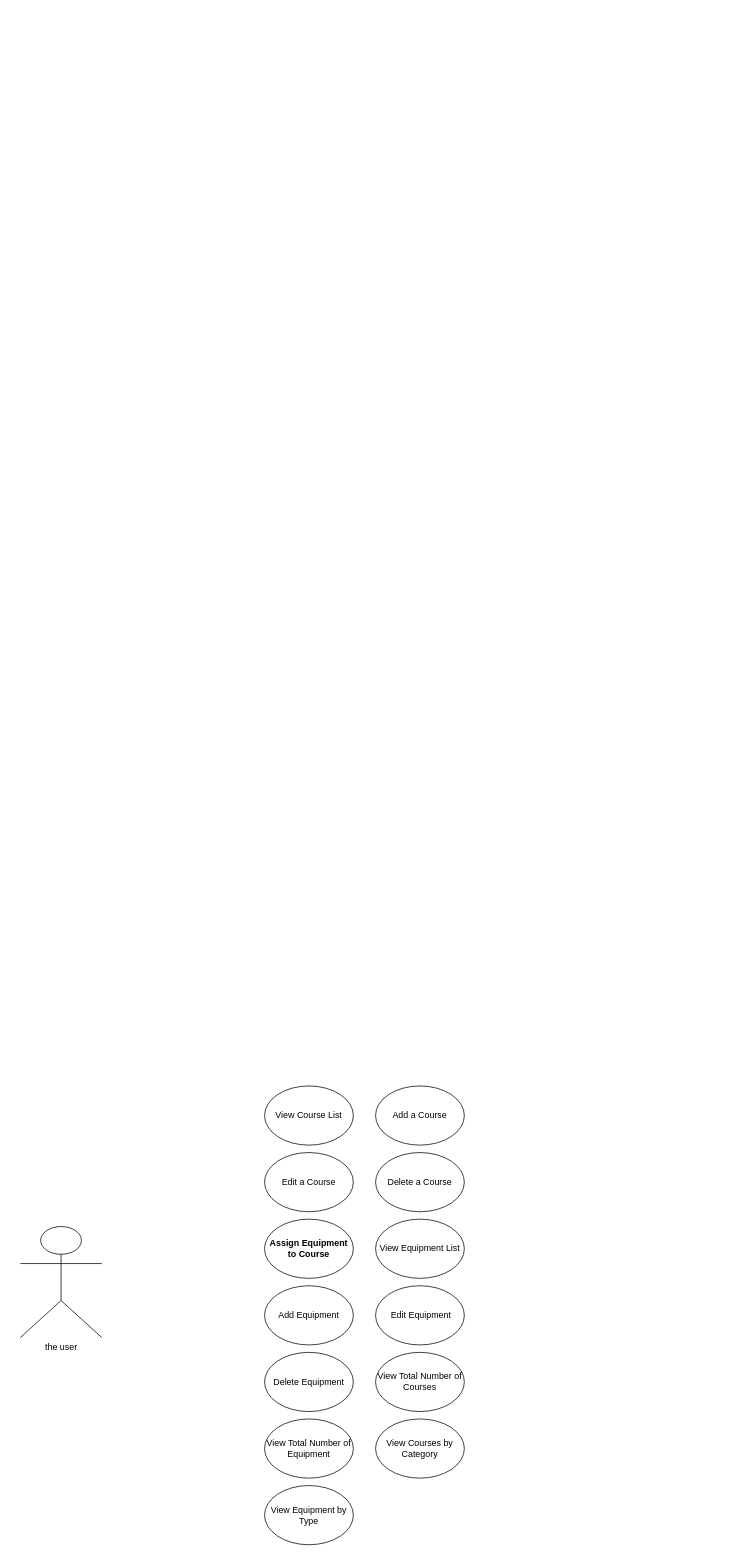
Before: usecase.drawio in hamzalafsioui/FitManager, a draw.io diagram. Source tidied: cells renumbered, new cells numbered last; positions are measured from the earlier drawing's top-left corner, leaving out a move shared by most shapes. Both pictures are drawn from the tidied source at 74%, with x=0, y=0 at pixel (20, 1086).
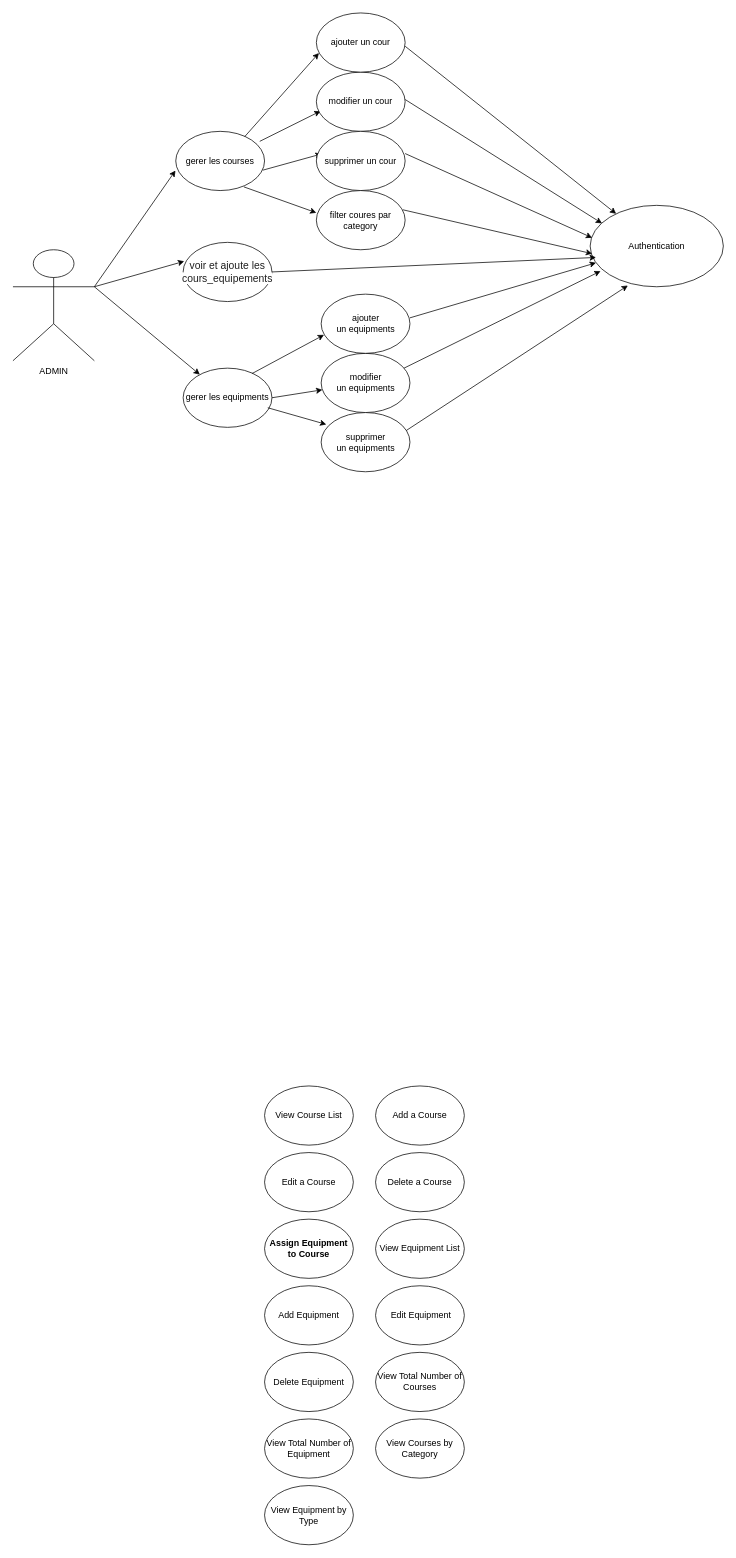
After the change.

What changed in the source:
```diff
@@
-    <mxCell id="15" value="the user" style="shape=umlActor;verticalLabelPosition=bottom;verticalAlign=top;html=1;outlineConnect=0;" parent="1" vertex="1">
-      <mxGeometry y="190" width="110" height="150" as="geometry" />
+    <mxCell id="15" value="ADMIN" style="shape=umlActor;verticalLabelPosition=bottom;verticalAlign=top;html=1;outlineConnect=0;" parent="1" vertex="1">
+      <mxGeometry x="-10" y="-1130" width="110" height="150" as="geometry" />
     </mxCell>
+    <mxCell id="16" value="gerer les courses" style="ellipse;whiteSpace=wrap;html=1;" parent="1" vertex="1">
+      <mxGeometry x="210" y="-1290" width="120" height="80" as="geometry" />
+    </mxCell>
+    <mxCell id="17" style="endArrow=classic;html=1;entryX=-0.003;entryY=0.662;entryDx=0;entryDy=0;entryPerimeter=0;exitX=1;exitY=0.3333333333333333;exitDx=0;exitDy=0;exitPerimeter=0;" parent="1" edge="1" source="15" target="16">
+      <mxGeometry relative="1" as="geometry" />
+    </mxCell>
+    <mxCell id="18" style="endArrow=classic;html=1;exitX=0.946;exitY=0.169;exitDx=0;exitDy=0;exitPerimeter=0;entryX=0.047;entryY=0.658;entryDx=0;entryDy=0;entryPerimeter=0;" parent="1" edge="1" source="16" target="19">
+      <mxGeometry relative="1" as="geometry" />
+    </mxCell>
+    <mxCell id="19" value="modifier un cour" style="ellipse;whiteSpace=wrap;html=1;" parent="1" vertex="1">
+      <mxGeometry x="400" y="-1370" width="120" height="80" as="geometry" />
+    </mxCell>
+    <mxCell id="20" style="endArrow=classic;html=1;exitX=0.98;exitY=0.656;exitDx=0;exitDy=0;exitPerimeter=0;entryX=0.06;entryY=0.381;entryDx=0;entryDy=0;entryPerimeter=0;" parent="1" edge="1" source="16" target="21">
+      <mxGeometry relative="1" as="geometry" />
+    </mxCell>
+    <mxCell id="21" value="supprimer un cour" style="ellipse;whiteSpace=wrap;html=1;" parent="1" vertex="1">
+      <mxGeometry x="400" y="-1290" width="120" height="80" as="geometry" />
+    </mxCell>
+    <mxCell id="22" style="endArrow=classic;html=1;exitX=0.767;exitY=0.938;exitDx=0;exitDy=0;exitPerimeter=0;entryX=0;entryY=0.375;entryDx=0;entryDy=0;entryPerimeter=0;" parent="1" edge="1" source="16" target="23">
+      <mxGeometry relative="1" as="geometry" />
+    </mxCell>
+    <mxCell id="23" value="filter coures par category" style="ellipse;whiteSpace=wrap;html=1;" parent="1" vertex="1">
+      <mxGeometry x="400" y="-1210" width="120" height="80" as="geometry" />
+    </mxCell>
+    <mxCell id="24" style="endArrow=classic;html=1;exitX=0.775;exitY=0.092;exitDx=0;exitDy=0;exitPerimeter=0;entryX=0.029;entryY=0.677;entryDx=0;entryDy=0;entryPerimeter=0;" parent="1" edge="1" source="16" target="25">
+      <mxGeometry relative="1" as="geometry" />
+    </mxCell>
+    <mxCell id="25" value="ajouter un cour" style="ellipse;whiteSpace=wrap;html=1;" parent="1" vertex="1">
+      <mxGeometry x="400" y="-1450" width="120" height="80" as="geometry" />
+    </mxCell>
+    <mxCell id="26" value="gerer les equipments" style="ellipse;whiteSpace=wrap;html=1;" parent="1" vertex="1">
+      <mxGeometry x="220" y="-970" width="120" height="80" as="geometry" />
+    </mxCell>
+    <mxCell id="27" style="endArrow=classic;html=1;exitX=1;exitY=0.3333333333333333;exitDx=0;exitDy=0;exitPerimeter=0;" parent="1" edge="1" source="15" target="26">
+      <mxGeometry relative="1" as="geometry" />
+    </mxCell>
+    <mxCell id="28" style="endArrow=classic;html=1;exitX=1;exitY=0.5;exitDx=0;exitDy=0;" parent="1" edge="1" source="26" target="29">
+      <mxGeometry relative="1" as="geometry" />
+    </mxCell>
+    <mxCell id="29" value="modifier un&amp;nbsp;&lt;span style=&quot;color: rgb(0, 0, 0);&quot;&gt;equipments&lt;/span&gt;" style="ellipse;whiteSpace=wrap;html=1;" parent="1" vertex="1">
+      <mxGeometry x="406.5" y="-990" width="120" height="80" as="geometry" />
+    </mxCell>
+    <mxCell id="30" style="endArrow=classic;html=1;exitX=0.953;exitY=0.669;exitDx=0;exitDy=0;exitPerimeter=0;entryX=0.058;entryY=0.201;entryDx=0;entryDy=0;entryPerimeter=0;" parent="1" edge="1" source="26" target="31">
+      <mxGeometry relative="1" as="geometry" />
+    </mxCell>
+    <mxCell id="31" value="supprimer un&amp;nbsp;&lt;span style=&quot;color: rgb(0, 0, 0);&quot;&gt;equipments&lt;/span&gt;" style="ellipse;whiteSpace=wrap;html=1;" parent="1" vertex="1">
+      <mxGeometry x="406.5" y="-910" width="120" height="80" as="geometry" />
+    </mxCell>
+    <mxCell id="32" style="endArrow=classic;html=1;exitX=0.775;exitY=0.092;exitDx=0;exitDy=0;exitPerimeter=0;entryX=0.032;entryY=0.688;entryDx=0;entryDy=0;entryPerimeter=0;" parent="1" edge="1" source="26" target="33">
+      <mxGeometry relative="1" as="geometry" />
+    </mxCell>
+    <mxCell id="33" value="ajouter un&amp;nbsp;&lt;span style=&quot;color: rgb(0, 0, 0);&quot;&gt;equipments&lt;/span&gt;" style="ellipse;whiteSpace=wrap;html=1;" parent="1" vertex="1">
+      <mxGeometry x="406.5" y="-1070" width="120" height="80" as="geometry" />
+    </mxCell>
+    <mxCell id="34" value="&lt;span style=&quot;color: rgba(0, 0, 0, 0.88); font-family: &amp;quot;Nunito Sans&amp;quot;, &amp;quot;sans-serif&amp;quot;; font-size: 14px; text-align: start; background-color: rgb(255, 255, 255);&quot;&gt;voir et ajoute les cours&lt;/span&gt;&lt;span style=&quot;color: rgba(0, 0, 0, 0.88); font-family: &amp;quot;Nunito Sans&amp;quot;, &amp;quot;sans-serif&amp;quot;; font-size: 14px; text-align: start; background-color: rgb(255, 255, 255);&quot;&gt;_equipements&lt;/span&gt;" style="ellipse;whiteSpace=wrap;html=1;" parent="1" vertex="1">
+      <mxGeometry x="220" y="-1140" width="120" height="80" as="geometry" />
+    </mxCell>
+    <mxCell id="35" style="endArrow=classic;html=1;entryX=0.012;entryY=0.32;entryDx=0;entryDy=0;entryPerimeter=0;" parent="1" edge="1" target="34">
+      <mxGeometry relative="1" as="geometry">
+        <mxPoint x="100" y="-1080" as="sourcePoint" />
+      </mxGeometry>
+    </mxCell>
+    <mxCell id="36" value="Authentication" style="ellipse;whiteSpace=wrap;html=1;" parent="1" vertex="1">
+      <mxGeometry x="770" y="-1190" width="180" height="110" as="geometry" />
+    </mxCell>
+    <mxCell id="37" style="endArrow=classic;html=1;exitX=0.767;exitY=0.938;exitDx=0;exitDy=0;exitPerimeter=0;" parent="1" edge="1" target="36">
+      <mxGeometry relative="1" as="geometry">
+        <mxPoint x="520" y="-1405" as="sourcePoint" />
+      </mxGeometry>
+    </mxCell>
+    <mxCell id="38" style="endArrow=classic;html=1;exitX=0.767;exitY=0.938;exitDx=0;exitDy=0;exitPerimeter=0;entryX=0.089;entryY=0.221;entryDx=0;entryDy=0;entryPerimeter=0;" parent="1" edge="1" target="36">
+      <mxGeometry relative="1" as="geometry">
+        <mxPoint x="520" y="-1333" as="sourcePoint" />
+      </mxGeometry>
+    </mxCell>
+    <mxCell id="39" style="endArrow=classic;html=1;exitX=0.767;exitY=0.938;exitDx=0;exitDy=0;exitPerimeter=0;entryX=0.015;entryY=0.398;entryDx=0;entryDy=0;entryPerimeter=0;" parent="1" edge="1" target="36">
+      <mxGeometry relative="1" as="geometry">
+        <mxPoint x="520" y="-1260" as="sourcePoint" />
+      </mxGeometry>
+    </mxCell>
+    <mxCell id="40" style="endArrow=classic;html=1;exitX=0.767;exitY=0.938;exitDx=0;exitDy=0;exitPerimeter=0;entryX=0.015;entryY=0.594;entryDx=0;entryDy=0;entryPerimeter=0;" parent="1" edge="1" target="36">
+      <mxGeometry relative="1" as="geometry">
+        <mxPoint x="517" y="-1184" as="sourcePoint" />
+      </mxGeometry>
+    </mxCell>
+    <mxCell id="41" style="endArrow=classic;html=1;exitX=0.775;exitY=0.092;exitDx=0;exitDy=0;exitPerimeter=0;entryX=0.044;entryY=0.706;entryDx=0;entryDy=0;entryPerimeter=0;" parent="1" edge="1" target="36">
+      <mxGeometry relative="1" as="geometry">
+        <mxPoint x="526.5" y="-1038" as="sourcePoint" />
+      </mxGeometry>
+    </mxCell>
+    <mxCell id="42" style="endArrow=classic;html=1;exitX=0.775;exitY=0.092;exitDx=0;exitDy=0;exitPerimeter=0;entryX=0.078;entryY=0.808;entryDx=0;entryDy=0;entryPerimeter=0;" parent="1" edge="1" target="36">
+      <mxGeometry relative="1" as="geometry">
+        <mxPoint x="518.5" y="-970" as="sourcePoint" />
+      </mxGeometry>
+    </mxCell>
+    <mxCell id="43" style="endArrow=classic;html=1;exitX=1;exitY=0.5;exitDx=0;exitDy=0;entryX=0.044;entryY=0.64;entryDx=0;entryDy=0;entryPerimeter=0;" parent="1" edge="1" source="34" target="36">
+      <mxGeometry relative="1" as="geometry" />
+    </mxCell>
+    <mxCell id="44" style="endArrow=classic;html=1;exitX=0.958;exitY=0.304;exitDx=0;exitDy=0;exitPerimeter=0;entryX=0.283;entryY=0.985;entryDx=0;entryDy=0;entryPerimeter=0;" parent="1" edge="1" source="31" target="36">
+      <mxGeometry relative="1" as="geometry" />
+    </mxCell>
```
